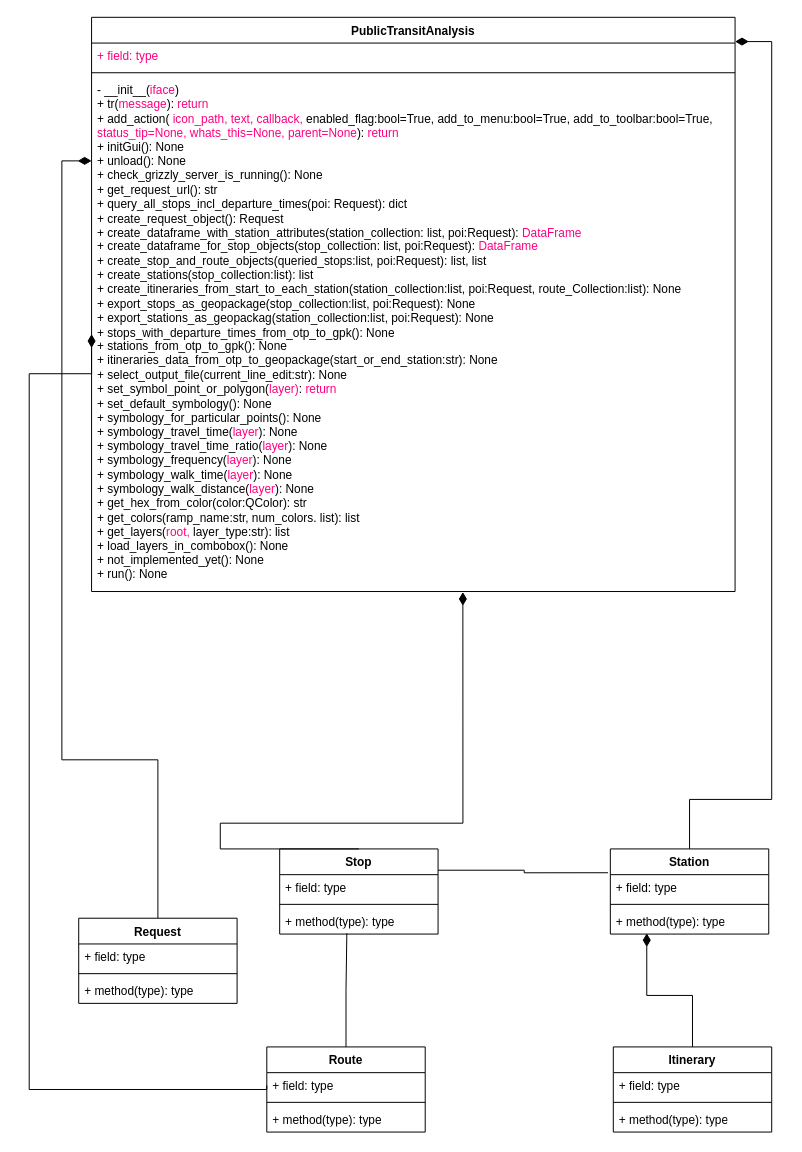
ThanDerJoren/Bachelor_UML keeps this draw.io diagram as Person_UML.drawio. Above is the earlier version. Source tidied: cells renumbered, new cells numbered last; positions are measured from the earlier drawing's top-left corner, leaving out a move shared by most shapes. Both pictures are drawn from the tidied source at 99%, with x=0, y=0 at pixel (29, 17).
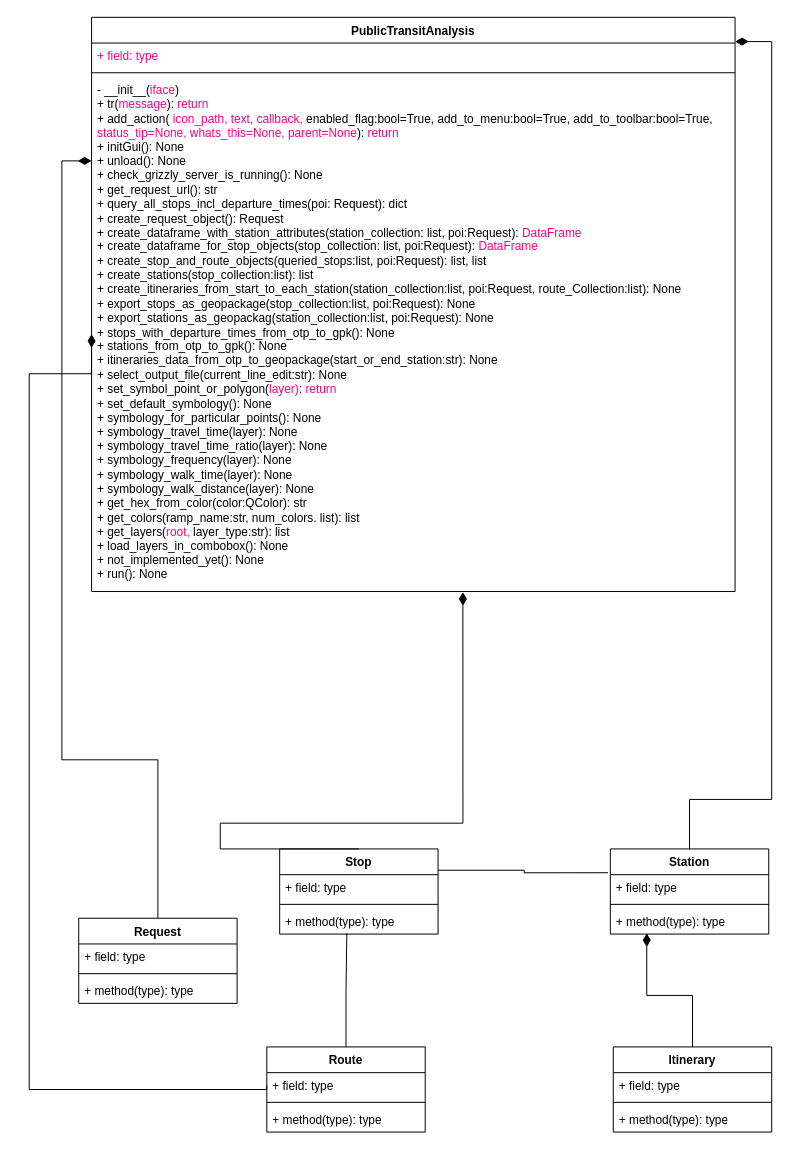
After the change.

Unchanged cells that the change refers to:
```xml
<mxCell id="2" value="PublicTransitAnalysis" style="swimlane;fontStyle=1;align=center;verticalAlign=top;horizontal=1;startSize=26;whiteSpace=wrap;html=1;" parent="1" vertex="1">
  <mxGeometry x="63" width="650" height="580" as="geometry" />
</mxCell>
```

Diff of the diagram source:
```diff
@@
-    <mxCell id="5" value="&lt;div&gt;- __init__(&lt;font color=&quot;#ff0080&quot;&gt;iface&lt;/font&gt;)&lt;/div&gt;&lt;div&gt;+ tr(&lt;font color=&quot;#ff0080&quot;&gt;message&lt;/font&gt;): &lt;font color=&quot;#ff0080&quot;&gt;return&lt;/font&gt;&lt;br&gt;&lt;/div&gt;&lt;div&gt;+ add_action( &lt;font color=&quot;#ff0080&quot;&gt;icon_path, text, callback,&lt;/font&gt; enabled_flag:bool=True, add_to_menu:bool=True, add_to_toolbar:bool=True, &lt;font color=&quot;#ff0080&quot;&gt;status_tip=None, whats_this=None, parent=None&lt;/font&gt;): &lt;font color=&quot;#ff0080&quot;&gt;return&lt;/font&gt;&lt;/div&gt;&lt;div&gt;+ initGui(): None&lt;/div&gt;&lt;div&gt;+ unload(): None&lt;/div&gt;&lt;div&gt;+ check_grizzly_server_is_running(): None&lt;/div&gt;&lt;div&gt;+ get_request_url(): str&lt;/div&gt;&lt;div&gt;+ query_all_stops_incl_departure_times(poi: Request): dict&lt;/div&gt;&lt;div&gt;+ create_request_object(): Request&lt;/div&gt;&lt;div&gt;+ create_dataframe_with_station_attributes(station_collection: list, poi:Request): &lt;font color=&quot;#ff0080&quot;&gt;DataFrame&lt;/font&gt;&lt;/div&gt;&lt;div&gt;+ create_dataframe_for_stop_objects(stop_collection: list, poi:Request): &lt;font color=&quot;#ff0080&quot;&gt;DataFrame&lt;/font&gt;&lt;/div&gt;&lt;div&gt;+ create_stop_and_route_objects(queried_stops:list, poi:Request): list, list&lt;/div&gt;&lt;div&gt;+ create_stations(stop_collection:list): list&lt;/div&gt;&lt;div&gt;+ create_itineraries_from_start_to_each_station(station_collection:list, poi:Request, route_Collection:list): None&lt;br&gt;&lt;/div&gt;&lt;div&gt;+ export_stops_as_geopackage(stop_collection:list, poi:Request): None&lt;/div&gt;&lt;div&gt;+ export_stations_as_geopackag(station_collection:list, poi:Request): None&lt;/div&gt;&lt;div&gt;+ stops_with_departure_times_from_otp_to_gpk(): None&lt;/div&gt;&lt;div&gt;+ stations_from_otp_to_gpk(): None&lt;/div&gt;&lt;div&gt;+ itineraries_data_from_otp_to_geopackage(start_or_end_station:str): None&lt;/div&gt;&lt;div&gt;+ select_output_file(current_line_edit:str): None&lt;/div&gt;&lt;div&gt;+ set_symbol_point_or_polygon(&lt;font color=&quot;#ff0080&quot;&gt;layer)&lt;/font&gt;: &lt;font color=&quot;#ff0080&quot;&gt;return&lt;/font&gt;&lt;br&gt;&lt;/div&gt;&lt;div&gt;+ set_default_symbology(): None&lt;/div&gt;&lt;div&gt;+ symbology_for_particular_points(): None&lt;/div&gt;&lt;div&gt;+ symbology_travel_time(&lt;font color=&quot;#ff0080&quot;&gt;layer&lt;/font&gt;): None&lt;/div&gt;&lt;div&gt;+ symbology_travel_time_ratio(&lt;font color=&quot;#ff0080&quot;&gt;layer&lt;/font&gt;): None&lt;/div&gt;&lt;div&gt;+ symbology_frequency(&lt;font color=&quot;#ff0080&quot;&gt;layer&lt;/font&gt;): None &lt;br&gt;&lt;/div&gt;&lt;div&gt;+ symbology_walk_time(&lt;font color=&quot;#ff0080&quot;&gt;layer&lt;/font&gt;): None&lt;/div&gt;&lt;div&gt;+ symbology_walk_distance(&lt;font color=&quot;#ff0080&quot;&gt;layer&lt;/font&gt;): None&lt;/div&gt;&lt;div&gt;+ get_hex_from_color(color:QColor): str&lt;/div&gt;&lt;div&gt;+ get_colors(ramp_name:str, num_colors. list): list&lt;/div&gt;&lt;div&gt;+ get_layers(&lt;font color=&quot;#ff0080&quot;&gt;root, &lt;/font&gt;layer_type:str): list&lt;/div&gt;&lt;div&gt;+ load_layers_in_combobox(): None&lt;/div&gt;&lt;div&gt;+ not_implemented_yet(): None &lt;br&gt;&lt;/div&gt;&lt;div&gt;+ run(): None&lt;br&gt;&lt;/div&gt;&lt;div&gt;&lt;br&gt;&lt;br&gt;&lt;br&gt;&lt;/div&gt;&lt;div&gt;&lt;br&gt;&lt;/div&gt;&lt;div&gt;&lt;br&gt;&lt;br&gt;&lt;br&gt;&lt;/div&gt;&lt;div&gt;&lt;br&gt;&lt;/div&gt;&lt;div&gt;&lt;br&gt;&lt;/div&gt;" style="text;strokeColor=none;fillColor=none;align=left;verticalAlign=top;spacingLeft=4;spacingRight=4;overflow=hidden;points=[[0,0.5],[1,0.5]];portConstraint=eastwest;whiteSpace=wrap;html=1;" parent="2" vertex="1">
+    <mxCell id="5" value="&lt;div&gt;- __init__(&lt;font color=&quot;#ff0080&quot;&gt;iface&lt;/font&gt;)&lt;/div&gt;&lt;div&gt;+ tr(&lt;font color=&quot;#ff0080&quot;&gt;message&lt;/font&gt;): &lt;font color=&quot;#ff0080&quot;&gt;return&lt;/font&gt;&lt;br&gt;&lt;/div&gt;&lt;div&gt;+ add_action( &lt;font color=&quot;#ff0080&quot;&gt;icon_path, text, callback,&lt;/font&gt; enabled_flag:bool=True, add_to_menu:bool=True, add_to_toolbar:bool=True, &lt;font color=&quot;#ff0080&quot;&gt;status_tip=None, whats_this=None, parent=None&lt;/font&gt;): &lt;font color=&quot;#ff0080&quot;&gt;return&lt;/font&gt;&lt;/div&gt;&lt;div&gt;+ initGui(): None&lt;/div&gt;&lt;div&gt;+ unload(): None&lt;/div&gt;&lt;div&gt;+ check_grizzly_server_is_running(): None&lt;/div&gt;&lt;div&gt;+ get_request_url(): str&lt;/div&gt;&lt;div&gt;+ query_all_stops_incl_departure_times(poi: Request): dict&lt;/div&gt;&lt;div&gt;+ create_request_object(): Request&lt;/div&gt;&lt;div&gt;+ create_dataframe_with_station_attributes(station_collection: list, poi:Request): &lt;font color=&quot;#ff0080&quot;&gt;DataFrame&lt;/font&gt;&lt;/div&gt;&lt;div&gt;+ create_dataframe_for_stop_objects(stop_collection: list, poi:Request): &lt;font color=&quot;#ff0080&quot;&gt;DataFrame&lt;/font&gt;&lt;/div&gt;&lt;div&gt;+ create_stop_and_route_objects(queried_stops:list, poi:Request): list, list&lt;/div&gt;&lt;div&gt;+ create_stations(stop_collection:list): list&lt;/div&gt;&lt;div&gt;+ create_itineraries_from_start_to_each_station(station_collection:list, poi:Request, route_Collection:list): None&lt;br&gt;&lt;/div&gt;&lt;div&gt;+ export_stops_as_geopackage(stop_collection:list, poi:Request): None&lt;/div&gt;&lt;div&gt;+ export_stations_as_geopackag(station_collection:list, poi:Request): None&lt;/div&gt;&lt;div&gt;+ stops_with_departure_times_from_otp_to_gpk(): None&lt;/div&gt;&lt;div&gt;+ stations_from_otp_to_gpk(): None&lt;/div&gt;&lt;div&gt;+ itineraries_data_from_otp_to_geopackage(start_or_end_station:str): None&lt;/div&gt;&lt;div&gt;+ select_output_file(current_line_edit:str): None&lt;/div&gt;&lt;div&gt;+ set_symbol_point_or_polygon(&lt;font color=&quot;#ff0080&quot;&gt;layer)&lt;/font&gt;: &lt;font color=&quot;#ff0080&quot;&gt;return&lt;/font&gt;&lt;br&gt;&lt;/div&gt;&lt;div&gt;+ set_default_symbology(): None&lt;/div&gt;&lt;div&gt;+ symbology_for_particular_points(): None&lt;/div&gt;&lt;div&gt;+ symbology_travel_time(layer): None&lt;/div&gt;&lt;div&gt;+ symbology_travel_time_ratio(layer): None&lt;/div&gt;&lt;div&gt;+ symbology_frequency(layer): None &lt;br&gt;&lt;/div&gt;&lt;div&gt;+ symbology_walk_time(layer): None&lt;/div&gt;&lt;div&gt;+ symbology_walk_distance(layer): None&lt;/div&gt;&lt;div&gt;+ get_hex_from_color(color:QColor): str&lt;/div&gt;&lt;div&gt;+ get_colors(ramp_name:str, num_colors. list): list&lt;/div&gt;&lt;div&gt;+ get_layers(&lt;font color=&quot;#ff0080&quot;&gt;root, &lt;/font&gt;layer_type:str): list&lt;/div&gt;&lt;div&gt;+ load_layers_in_combobox(): None&lt;/div&gt;&lt;div&gt;+ not_implemented_yet(): None &lt;br&gt;&lt;/div&gt;&lt;div&gt;+ run(): None&lt;br&gt;&lt;/div&gt;&lt;div&gt;&lt;br&gt;&lt;br&gt;&lt;br&gt;&lt;/div&gt;&lt;div&gt;&lt;br&gt;&lt;/div&gt;&lt;div&gt;&lt;br&gt;&lt;br&gt;&lt;br&gt;&lt;/div&gt;&lt;div&gt;&lt;br&gt;&lt;/div&gt;&lt;div&gt;&lt;br&gt;&lt;/div&gt;" style="text;strokeColor=none;fillColor=none;align=left;verticalAlign=top;spacingLeft=4;spacingRight=4;overflow=hidden;points=[[0,0.5],[1,0.5]];portConstraint=eastwest;whiteSpace=wrap;html=1;" parent="2" vertex="1">
       <mxGeometry y="60" width="650" height="520" as="geometry" />
     </mxCell>
```
